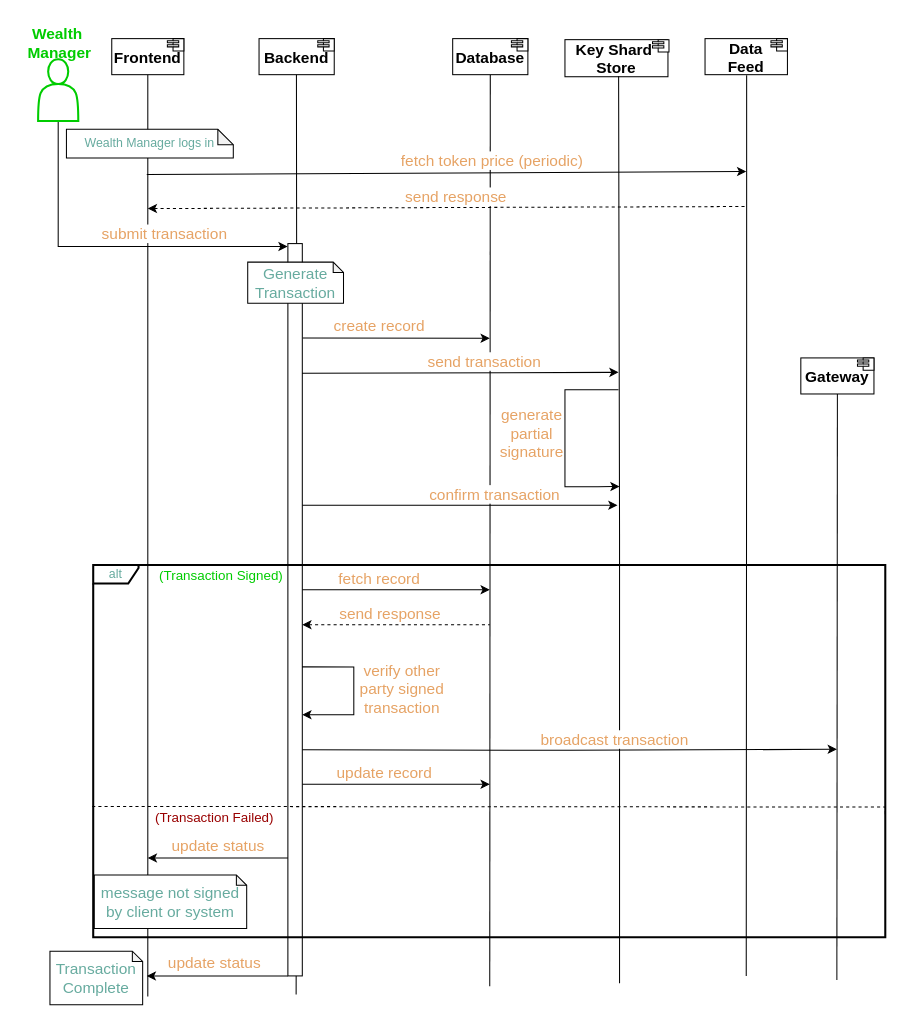
The draw.io diagram page "txn" (2 of 13) of drawio-diagrams/wallet_architecture.drawio in dlt-science/crypto-mpc-wallet-bloom, before the edit. Source tidied: cells renumbered, new cells numbered last; positions are measured from the earlier drawing's top-left corner, leaving out a move shared by most shapes. Both pictures are drawn from the tidied source at 103%, with x=0, y=0 at pixel (18, 18).
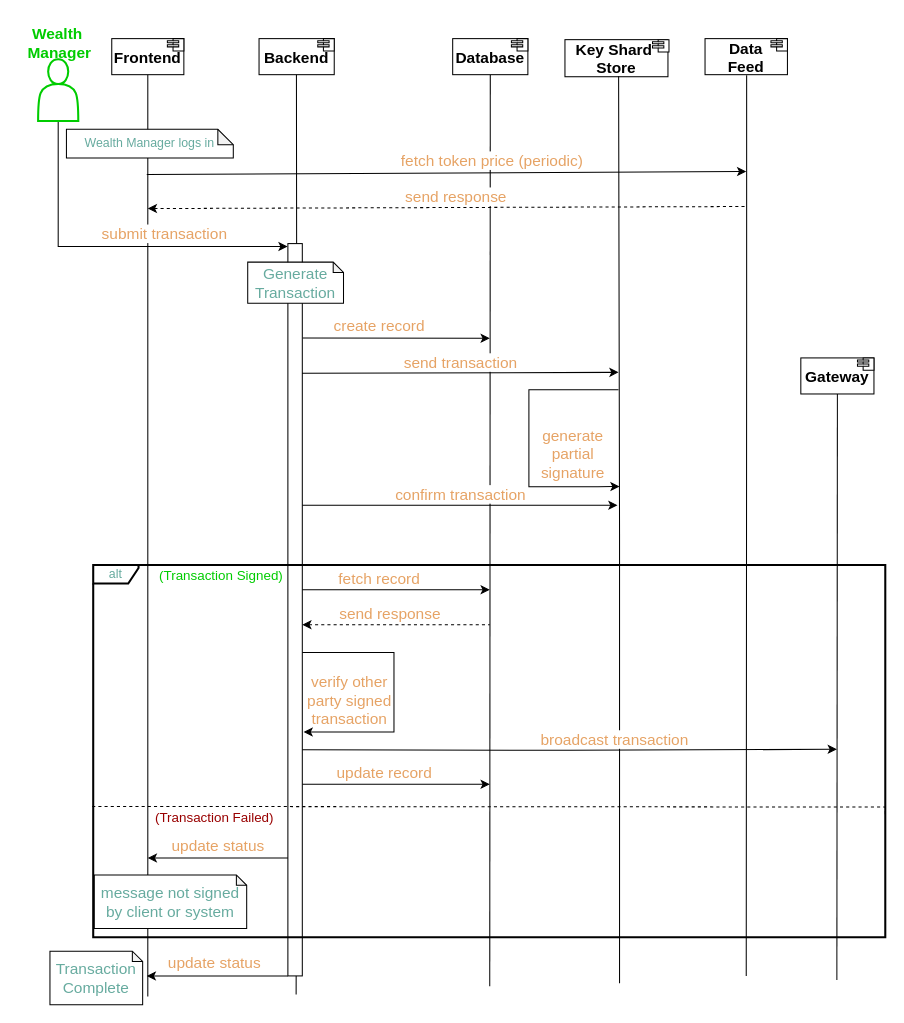
Above is the later version.

The change refers to these unchanged cells:
```xml
<mxCell id="20" style="rounded=0;whiteSpace=wrap;html=1;" parent="1" vertex="1">
  <mxGeometry x="262" y="219" width="14" height="711" as="geometry" />
</mxCell>
```

Change to the diagram source:
```diff
@@
     <mxCell id="26" value="&lt;font color=&quot;#e6a365&quot; style=&quot;font-size: 15px;&quot;&gt;send transaction&lt;/font&gt;" style="text;html=1;align=center;verticalAlign=middle;whiteSpace=wrap;rounded=0;labelBackgroundColor=default;" parent="1" vertex="1">
-      <mxGeometry x="393" y="318" width="120" height="30" as="geometry" />
+      <mxGeometry x="370" y="319" width="120" height="30" as="geometry" />
     </mxCell>
     <mxCell id="27" style="edgeStyle=orthogonalEdgeStyle;rounded=0;orthogonalLoop=1;jettySize=auto;html=1;entryX=0.008;entryY=0.857;entryDx=0;entryDy=0;entryPerimeter=0;" parent="1" edge="1">
       <mxGeometry relative="1" as="geometry">
         <mxPoint x="583" y="361" as="sourcePoint" />
         <mxPoint x="584" y="454.8" as="targetPoint" />
         <Array as="points">
-          <mxPoint x="531" y="361" />
-          <mxPoint x="531" y="455" />
+          <mxPoint x="496" y="361" />
+          <mxPoint x="496" y="455" />
           <mxPoint x="563" y="455" />
         </Array>
       </mxGeometry>
     </mxCell>
     <mxCell id="28" value="&lt;font color=&quot;#e6a365&quot; style=&quot;font-size: 15px;&quot;&gt;generate&lt;/font&gt;&lt;div style=&quot;font-size: 15px;&quot;&gt;&lt;font color=&quot;#e6a365&quot; style=&quot;font-size: 15px;&quot;&gt;partial&lt;/font&gt;&lt;/div&gt;&lt;div style=&quot;font-size: 15px;&quot;&gt;&lt;font color=&quot;#e6a365&quot; style=&quot;font-size: 15px;&quot;&gt;signature&lt;/font&gt;&lt;/div&gt;" style="text;html=1;align=center;verticalAlign=middle;whiteSpace=wrap;rounded=0;labelBackgroundColor=default;" parent="1" vertex="1">
-      <mxGeometry x="446" y="388" width="106" height="30" as="geometry" />
+      <mxGeometry x="486" y="408" width="106" height="30" as="geometry" />
     </mxCell>
@@
-    <mxCell id="35" style="edgeStyle=orthogonalEdgeStyle;rounded=0;jettySize=auto;html=1;exitX=0.981;exitY=0.578;exitDx=0;exitDy=0;entryX=1;entryY=0.5;entryDx=0;entryDy=0;exitPerimeter=0;" parent="1" edge="1" source="20">
+    <mxCell id="35" style="edgeStyle=orthogonalEdgeStyle;rounded=0;jettySize=auto;html=1;entryX=1.089;entryY=0.667;entryDx=0;entryDy=0;entryPerimeter=0;" parent="1" edge="1" target="20">
       <mxGeometry relative="1" as="geometry">
-        <mxPoint x="276" y="676.5" as="targetPoint" />
+        <mxPoint x="276" y="616" as="sourcePoint" />
         <Array as="points">
-          <mxPoint x="326" y="630" />
-          <mxPoint x="326" y="677" />
+          <mxPoint x="365" y="616" />
+          <mxPoint x="365" y="693" />
         </Array>
       </mxGeometry>
     </mxCell>
     <mxCell id="36" value="&lt;font color=&quot;#e6a365&quot; style=&quot;font-size: 15px;&quot;&gt;verify other party signed transaction&lt;/font&gt;" style="text;html=1;align=center;verticalAlign=middle;whiteSpace=wrap;rounded=0;" parent="1" vertex="1">
-      <mxGeometry x="320" y="636" width="106" height="30" as="geometry" />
+      <mxGeometry x="269" y="647" width="106" height="30" as="geometry" />
     </mxCell>
@@
     <mxCell id="48" value="&lt;font color=&quot;#e6a365&quot; style=&quot;font-size: 15px;&quot;&gt;confirm transaction&lt;/font&gt;" style="text;html=1;align=center;verticalAlign=middle;whiteSpace=wrap;rounded=0;labelBackgroundColor=default;" parent="1" vertex="1">
-      <mxGeometry x="389" y="447" width="148" height="30" as="geometry" />
+      <mxGeometry x="356" y="447" width="148" height="30" as="geometry" />
     </mxCell>
```
